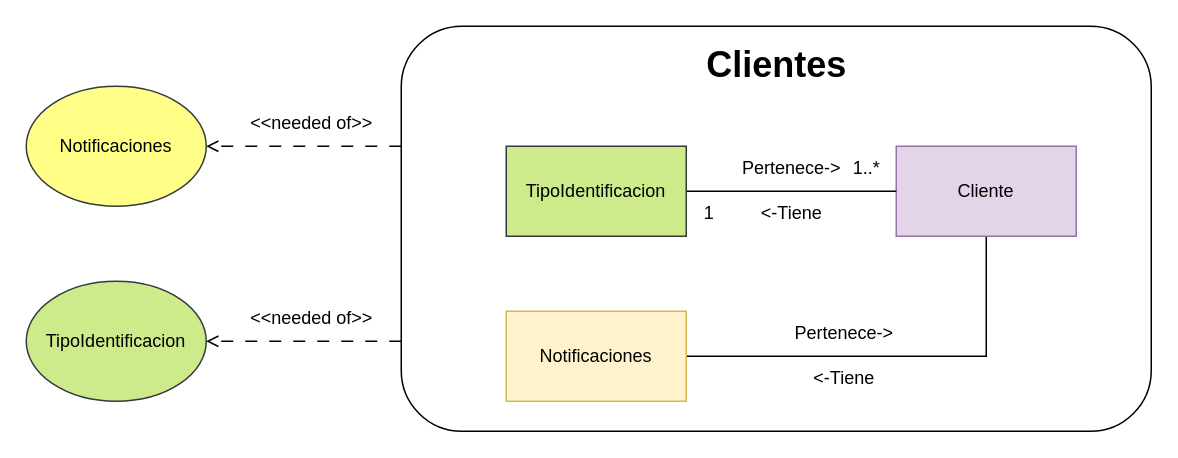
Above: page "4.10 Clientes-ModeloDomonioAcotado" (13 of 16) of SpaOnline/ModeloDominioSpa.drawio in cristianospina/DOO (draw.io), before the change. Source tidied: cells renumbered, new cells numbered last; positions are measured from the earlier drawing's top-left corner, leaving out a move shared by most shapes. Both pictures are drawn from the tidied source at 150%, with x=0, y=0 at pixel (26, 26).
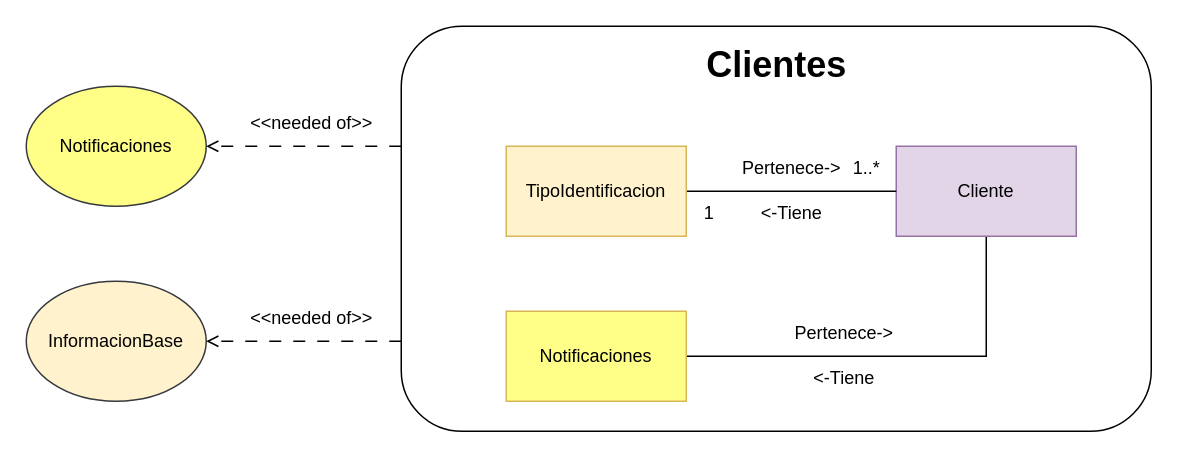
The same diagram, later.

Diff of the diagram source:
```diff
@@
-    <mxCell id="8" value="TipoIdentificacion" style="rounded=0;whiteSpace=wrap;html=1;fillColor=#cdeb8b;strokeColor=#36393d;" parent="1" vertex="1">
+    <mxCell id="8" value="TipoIdentificacion" style="rounded=0;whiteSpace=wrap;html=1;fillColor=#FFF2CC;strokeColor=#d6b656;" parent="1" vertex="1">
       <mxGeometry x="320" y="80" width="120" height="60" as="geometry" />
     </mxCell>
@@
-    <mxCell id="13" value="TipoIdentificacion" style="ellipse;whiteSpace=wrap;html=1;fillColor=#cdeb8b;strokeColor=#36393d;" parent="1" vertex="1">
+    <mxCell id="13" value="InformacionBase" style="ellipse;whiteSpace=wrap;html=1;fillColor=#FFF2CC;strokeColor=#36393d;" parent="1" vertex="1">
       <mxGeometry y="170" width="120" height="80" as="geometry" />
     </mxCell>
@@
-    <mxCell id="17" value="Notificaciones" style="rounded=0;whiteSpace=wrap;html=1;fillColor=#fff2cc;strokeColor=#d6b656;" parent="1" vertex="1">
+    <mxCell id="17" value="Notificaciones" style="rounded=0;whiteSpace=wrap;html=1;fillColor=#FFFF88;strokeColor=#d6b656;" parent="1" vertex="1">
       <mxGeometry x="320" y="190" width="120" height="60" as="geometry" />
     </mxCell>
```
